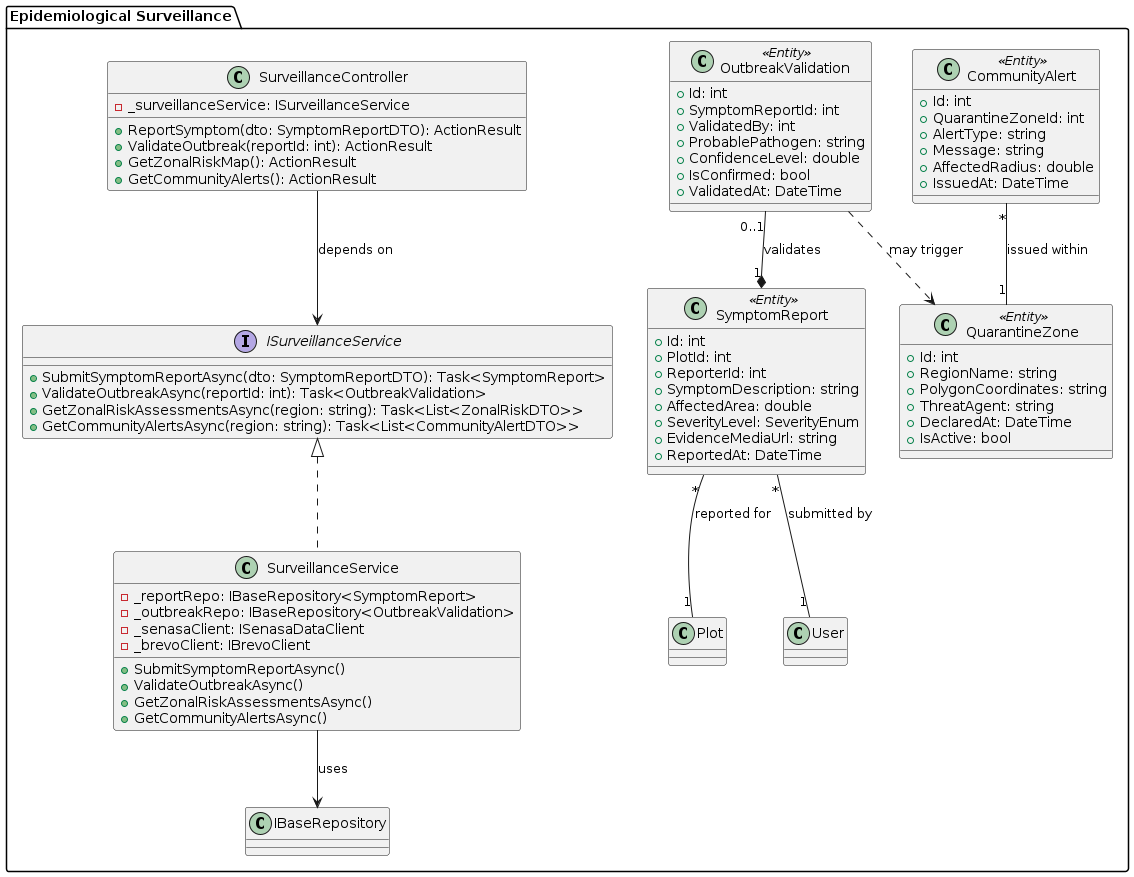
Earlier version of the PlantUML export report/assets/class-diagrams/epidemiological-surveillance-component-diagram.png (upc-pre-1asi0730-2610-10215-arcadiadevs/viora-report). Its diagram source:
```plantuml
@startuml
package "Epidemiological Surveillance" {
    class SurveillanceController {
        - _surveillanceService: ISurveillanceService
        + ReportSymptom(dto: SymptomReportDTO): ActionResult
        + ValidateOutbreak(reportId: int): ActionResult
        + GetZonalRiskMap(): ActionResult
        + GetCommunityAlerts(): ActionResult
    }

    interface ISurveillanceService {
        + SubmitSymptomReportAsync(dto: SymptomReportDTO): Task<SymptomReport>
        + ValidateOutbreakAsync(reportId: int): Task<OutbreakValidation>
        + GetZonalRiskAssessmentsAsync(region: string): Task<List<ZonalRiskDTO>>
        + GetCommunityAlertsAsync(region: string): Task<List<CommunityAlertDTO>>
    }

    class SurveillanceService {
        - _reportRepo: IBaseRepository<SymptomReport>
        - _outbreakRepo: IBaseRepository<OutbreakValidation>
        - _senasaClient: ISenasaDataClient
        - _brevoClient: IBrevoClient
        + SubmitSymptomReportAsync()
        + ValidateOutbreakAsync()
        + GetZonalRiskAssessmentsAsync()
        + GetCommunityAlertsAsync()
    }

    class SymptomReport <<Entity>> {
        + Id: int
        + PlotId: int
        + ReporterId: int
        + SymptomDescription: string
        + AffectedArea: double
        + SeverityLevel: SeverityEnum
        + EvidenceMediaUrl: string
        + ReportedAt: DateTime
    }

    class OutbreakValidation <<Entity>> {
        + Id: int
        + SymptomReportId: int
        + ValidatedBy: int
        + ProbablePathogen: string
        + ConfidenceLevel: double
        + IsConfirmed: bool
        + ValidatedAt: DateTime
    }

    class QuarantineZone <<Entity>> {
        + Id: int
        + RegionName: string
        + PolygonCoordinates: string
        + ThreatAgent: string
        + DeclaredAt: DateTime
        + IsActive: bool
    }

    class CommunityAlert <<Entity>> {
        + Id: int
        + QuarantineZoneId: int
        + AlertType: string
        + Message: string
        + AffectedRadius: double
        + IssuedAt: DateTime
    }

    ISurveillanceService <|.. SurveillanceService
    SurveillanceService --> IBaseRepository : uses
    SurveillanceController --> ISurveillanceService : depends on
    SymptomReport "*" -- "1" Plot : reported for
    SymptomReport "*" -- "1" User : submitted by
    OutbreakValidation "0..1" --* "1" SymptomReport : validates
    CommunityAlert "*" -- "1" QuarantineZone : issued within
    OutbreakValidation ..> QuarantineZone : may trigger
}
@enduml
```
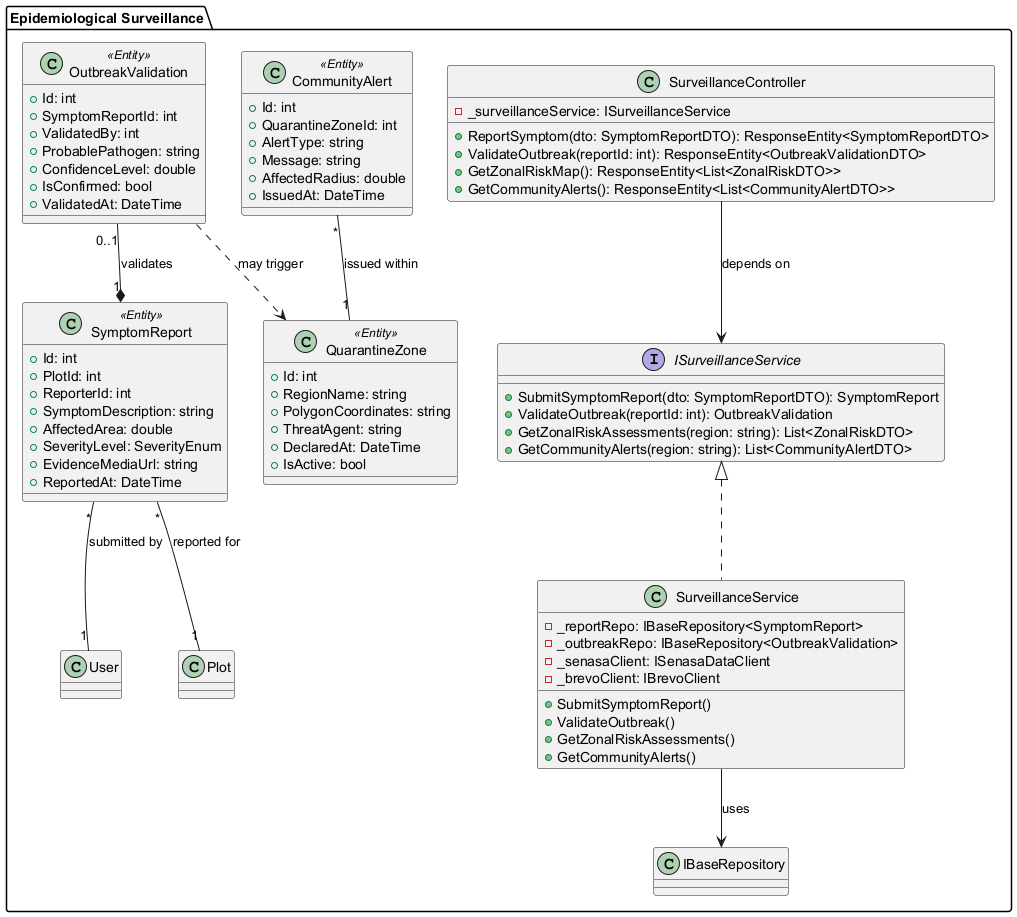
After the change.

Change to the diagram source:
```diff
@@ -2,17 +2,17 @@
 package "Epidemiological Surveillance" {
     class SurveillanceController {
         - _surveillanceService: ISurveillanceService
-        + ReportSymptom(dto: SymptomReportDTO): ActionResult
-        + ValidateOutbreak(reportId: int): ActionResult
-        + GetZonalRiskMap(): ActionResult
-        + GetCommunityAlerts(): ActionResult
+        + ReportSymptom(dto: SymptomReportDTO): ResponseEntity<SymptomReportDTO>
+        + ValidateOutbreak(reportId: int): ResponseEntity<OutbreakValidationDTO>
+        + GetZonalRiskMap(): ResponseEntity<List<ZonalRiskDTO>>
+        + GetCommunityAlerts(): ResponseEntity<List<CommunityAlertDTO>>
     }
 
     interface ISurveillanceService {
-        + SubmitSymptomReportAsync(dto: SymptomReportDTO): Task<SymptomReport>
-        + ValidateOutbreakAsync(reportId: int): Task<OutbreakValidation>
-        + GetZonalRiskAssessmentsAsync(region: string): Task<List<ZonalRiskDTO>>
-        + GetCommunityAlertsAsync(region: string): Task<List<CommunityAlertDTO>>
+        + SubmitSymptomReport(dto: SymptomReportDTO): SymptomReport
+        + ValidateOutbreak(reportId: int): OutbreakValidation
+        + GetZonalRiskAssessments(region: string): List<ZonalRiskDTO>
+        + GetCommunityAlerts(region: string): List<CommunityAlertDTO>
     }
 
     class SurveillanceService {
@@ -20,10 +20,10 @@
         - _outbreakRepo: IBaseRepository<OutbreakValidation>
         - _senasaClient: ISenasaDataClient
         - _brevoClient: IBrevoClient
-        + SubmitSymptomReportAsync()
-        + ValidateOutbreakAsync()
-        + GetZonalRiskAssessmentsAsync()
-        + GetCommunityAlertsAsync()
+        + SubmitSymptomReport()
+        + ValidateOutbreak()
+        + GetZonalRiskAssessments()
+        + GetCommunityAlerts()
     }
 
     class SymptomReport <<Entity>> {
```
